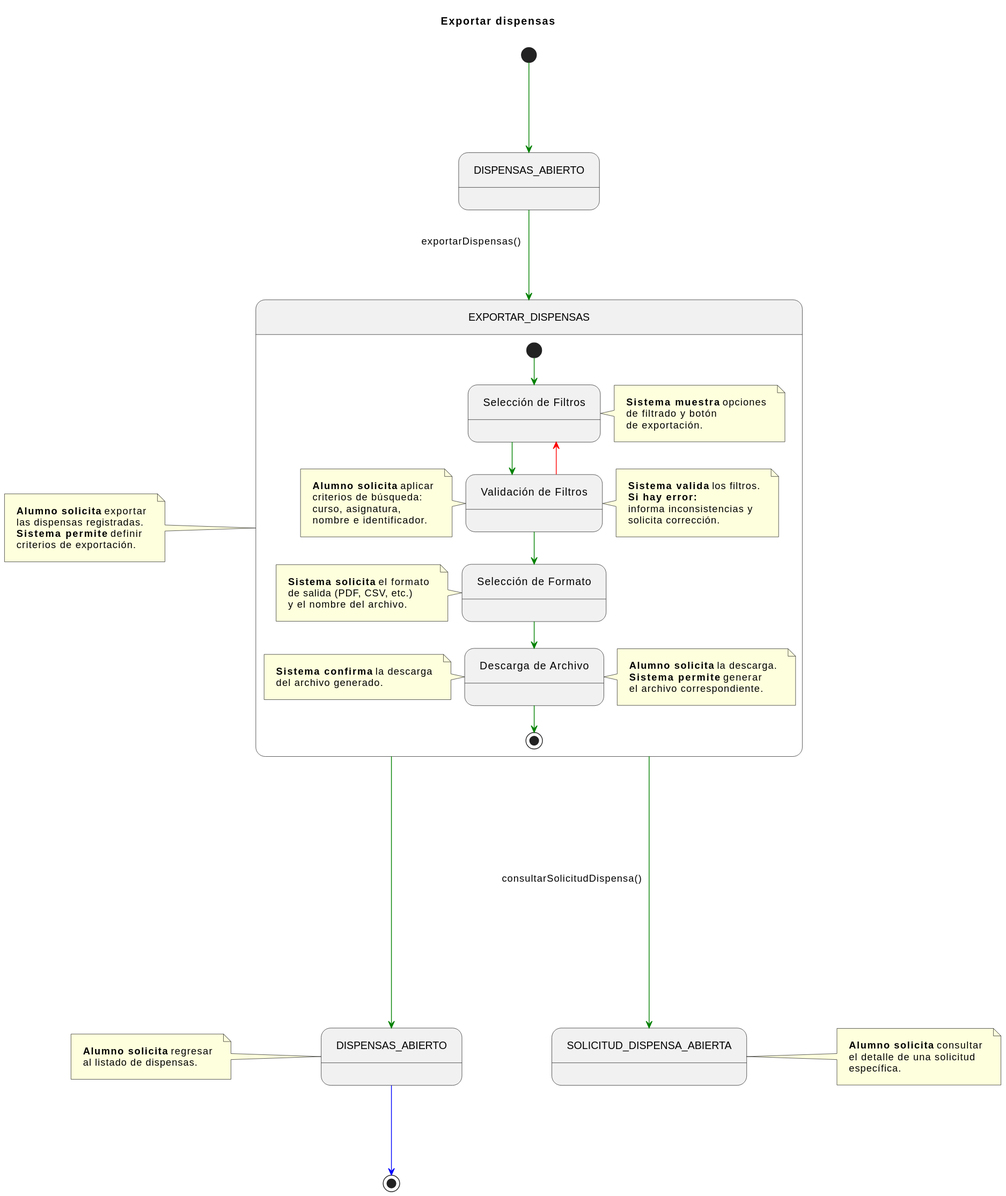
Before: documents/CasosDeUso/DetalladoCasosDeUso/Secretaria/exportarDispensas.svg, a diagram exported from PlantUML (enmabry/25-26-IdSw1-SdR).
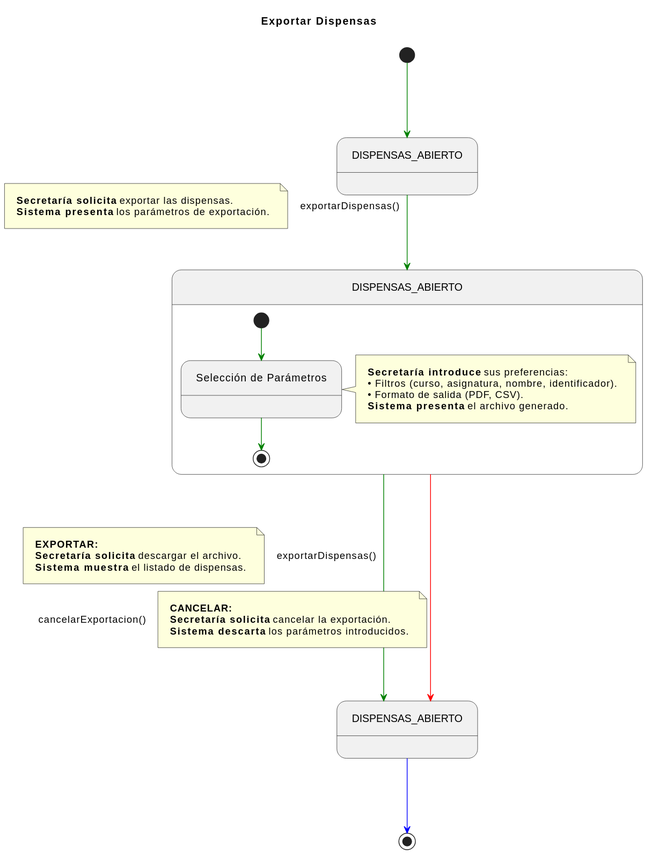
After the commit.

Commit message:
fix: corregir terminología y estructura en la mayoria de los casos de uso de Secretaría

What changed in the source:
```diff
@@ -1,103 +1,47 @@
 @startuml
-title Exportar dispensas
-
-
-skinparam nodesep 120
-skinparam ranksep 120
+title Exportar Dispensas
+skinparam nodesep 100
+skinparam ranksep 100
 skinparam linetype ortho
 skinparam Padding 10
 
-state DISPENSAS_ABIERTO_INICIAL      as "DISPENSAS_ABIERTO"
-state EXPORTAR_DISPENSAS_COMP        as "EXPORTAR_DISPENSAS"
-state DISPENSAS_ABIERTO_FINAL        as "DISPENSAS_ABIERTO"
-state SOLICITUD_DISPENSA_ABIERTA_FINAL as "SOLICITUD_DISPENSA_ABIERTA"
+state DISPENSAS_ABIERTO_INICIAL as "DISPENSAS_ABIERTO"
+state EXPORTACION_COMP          as "DISPENSAS_ABIERTO"
+state DISPENSAS_ABIERTO_FINAL   as "DISPENSAS_ABIERTO"
 
 [*] -[#green]-> DISPENSAS_ABIERTO_INICIAL
 
-DISPENSAS_ABIERTO_INICIAL -[#green]-> EXPORTAR_DISPENSAS_COMP : exportarDispensas()
-
-note left of EXPORTAR_DISPENSAS_COMP
-    <b>Alumno solicita</b> exportar
-    las dispensas registradas.
-    <b>Sistema permite</b> definir
-    criterios de exportación.
+DISPENSAS_ABIERTO_INICIAL -[#green]-> EXPORTACION_COMP : exportarDispensas()
+note left on link
+    <b>Secretaría solicita</b> exportar las dispensas.
+    <b>Sistema presenta</b> los parámetros de exportación.
 end note
 
-
-state EXPORTAR_DISPENSAS_COMP {
-
-    state SolicitudFiltros   as "Selección de Filtros"
-    state ValidarFiltros     as "Validación de Filtros"
-    state SolicitudFormato   as "Selección de Formato"
-    state Descarga           as "Descarga de Archivo"
-
-    [*] -[#green]-> SolicitudFiltros
-
-    note right of SolicitudFiltros
-        <b>Sistema muestra</b> opciones
-        de filtrado y botón
-        de exportación.
+state EXPORTACION_COMP {
+    state SeleccionParametros as "Selección de Parámetros"
+    [*] -[#green]-> SeleccionParametros
+    note right of SeleccionParametros
+        <b>Secretaría introduce</b> sus preferencias:
+        • Filtros (curso, asignatura, nombre, identificador).
+        • Formato de salida (PDF, CSV).
+        <b>Sistema presenta</b> el archivo generado.
     end note
-
-    SolicitudFiltros -[#green]-> ValidarFiltros
-
-    note left of ValidarFiltros
-        <b>Alumno solicita</b> aplicar
-        criterios de búsqueda:
-        curso, asignatura,
-        nombre e identificador.
-    end note
-
-    ValidarFiltros -[#red]-> SolicitudFiltros
-
-    note right of ValidarFiltros
-        <b>Sistema valida</b> los filtros.
-        <b>Si hay error:</b>
-        informa inconsistencias y
-        solicita corrección.
-    end note
-
-    ValidarFiltros -[#green]-> SolicitudFormato
-
-    note left of SolicitudFormato
-        <b>Sistema solicita</b> el formato
-        de salida (PDF, CSV, etc.)
-        y el nombre del archivo.
-    end note
-
-    SolicitudFormato -[#green]-> Descarga
-
-    note right of Descarga
-        <b>Alumno solicita</b> la descarga.
-        <b>Sistema permite</b> generar
-        el archivo correspondiente.
-    end note
-
-    Descarga -[#green]-> [*]
-
-    note left of Descarga
-        <b>Sistema confirma</b> la descarga
-        del archivo generado.
-    end note
+    SeleccionParametros -[#green]-> [*]
 }
 
-
-EXPORTAR_DISPENSAS_COMP -[#green]---> DISPENSAS_ABIERTO_FINAL
-
-note left of DISPENSAS_ABIERTO_FINAL
-    <b>Alumno solicita</b> regresar
-    al listado de dispensas.
+EXPORTACION_COMP -[#green]---> DISPENSAS_ABIERTO_FINAL : exportarDispensas()
+note left on link
+    <b>EXPORTAR:</b>
+    <b>Secretaría solicita</b> descargar el archivo.
+    <b>Sistema muestra</b> el listado de dispensas.
 end note
 
-
-EXPORTAR_DISPENSAS_COMP -[#green]---> SOLICITUD_DISPENSA_ABIERTA_FINAL : consultarSolicitudDispensa()
-
-note right of SOLICITUD_DISPENSA_ABIERTA_FINAL
-    <b>Alumno solicita</b> consultar
-    el detalle de una solicitud
-    específica.
+EXPORTACION_COMP -[#red]---> DISPENSAS_ABIERTO_FINAL : cancelarExportacion()
+note right on link
+    <b>CANCELAR:</b>
+    <b>Secretaría solicita</b> cancelar la exportación.
+    <b>Sistema descarta</b> los parámetros introducidos.
 end note
-
 
 DISPENSAS_ABIERTO_FINAL -[#blue]-> [*]
 @enduml
```
